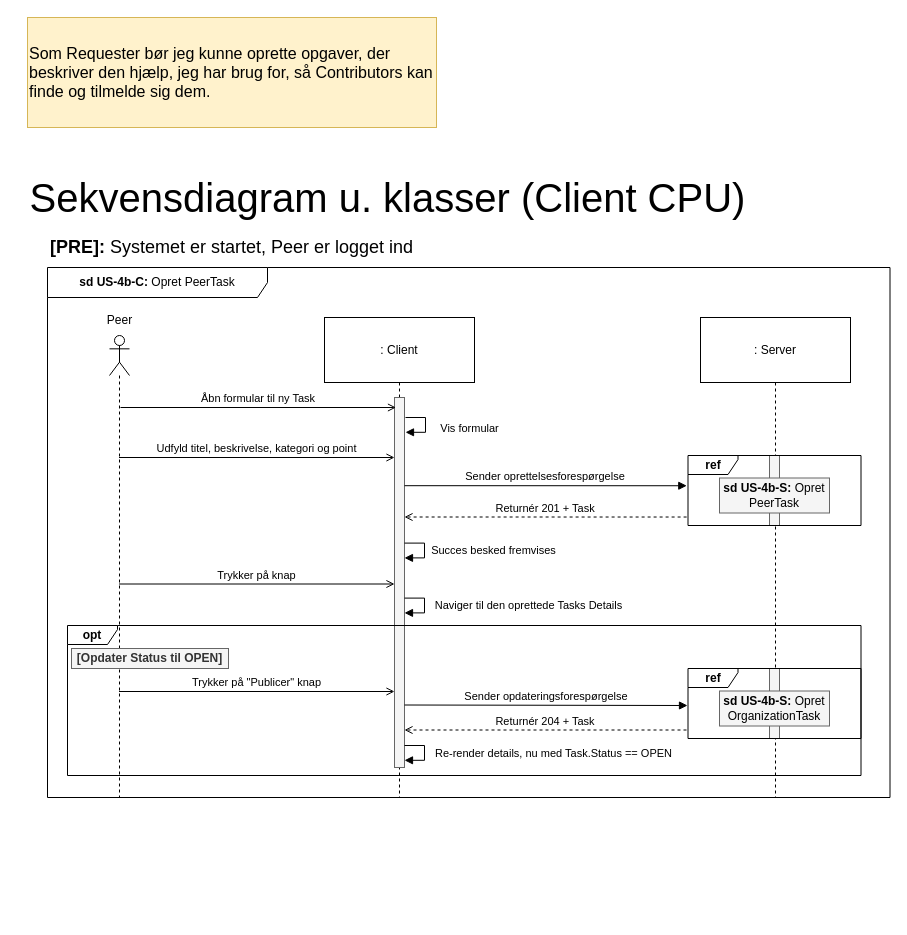
This is page "1 - Sekvens uden klasser" (1 of 4) of drawio/Applikationsmodeller/US4b/FE/US4b_FE_Applikationsmodel.drawio from Echo-AU/artifacts, a draw.io file, before an edit. Source tidied: cells renumbered, new cells numbered last; positions are measured from the earlier drawing's top-left corner, leaving out a move shared by most shapes. Both pictures are drawn from the tidied source at 100%, with x=0, y=0 at pixel (17, 17).
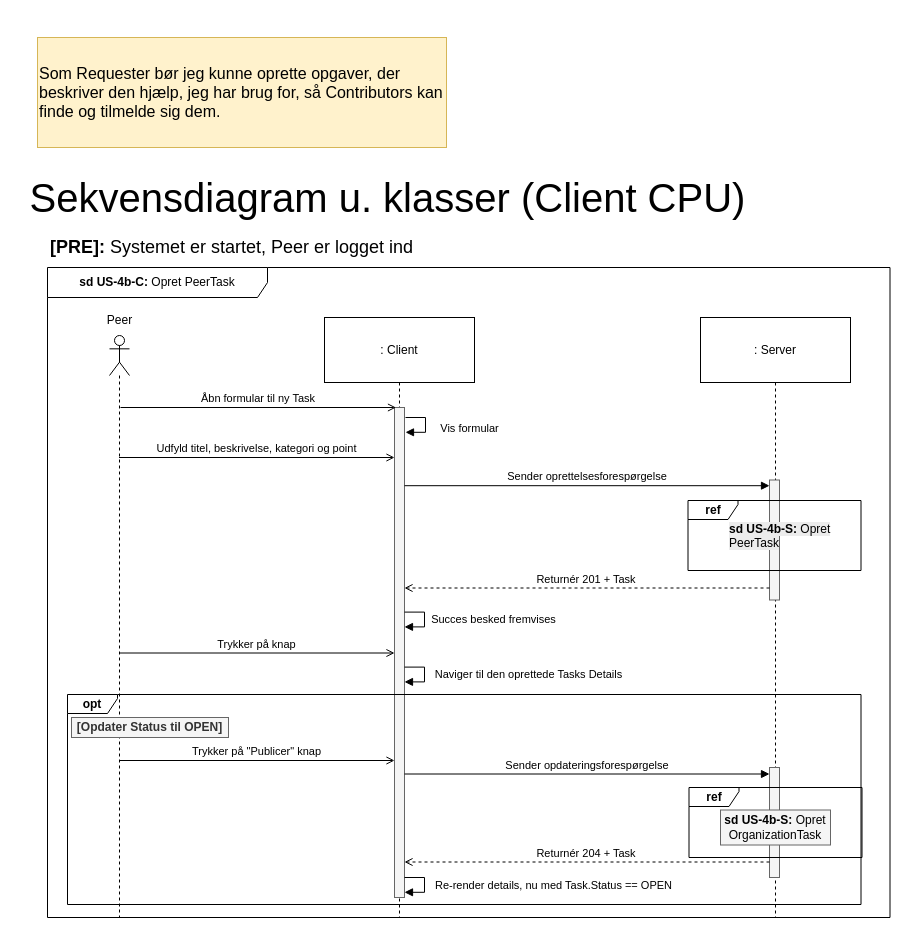
The same diagram, later.

The edit, as a diff of the source:
```diff
@@
     <mxCell id="2" value="&lt;div style=&quot;&quot;&gt;&lt;div&gt;&lt;font style=&quot;font-size: 16px;&quot;&gt;Som Requester bør jeg kunne oprette opgaver, der beskriver den hjælp, jeg&amp;nbsp;&lt;/font&gt;&lt;span style=&quot;font-size: 16px; background-color: transparent; color: light-dark(rgb(0, 0, 0), rgb(255, 255, 255));&quot;&gt;har brug for, så Contributors kan finde og tilmelde sig dem.&lt;/span&gt;&lt;/div&gt;&lt;/div&gt;" style="rounded=0;whiteSpace=wrap;html=1;fillColor=#fff2cc;strokeColor=#d6b656;align=left;" parent="1" vertex="1">
-      <mxGeometry x="10" width="409" height="110" as="geometry" />
+      <mxGeometry x="20" y="20" width="409" height="110" as="geometry" />
     </mxCell>
     <mxCell id="3" value="&lt;b&gt;sd US-4b-C: &lt;/b&gt;Opret PeerTask" style="shape=umlFrame;whiteSpace=wrap;html=1;width=220;height=30;" parent="1" vertex="1">
-      <mxGeometry x="30" y="250" width="842.5" height="530" as="geometry" />
+      <mxGeometry x="30" y="250" width="842.5" height="650" as="geometry" />
     </mxCell>
     <mxCell id="4" value=": Client" style="shape=umlLifeline;perimeter=lifelinePerimeter;whiteSpace=wrap;newEdgeStyle={&quot;edgeStyle&quot;:&quot;elbowEdgeStyle&quot;,&quot;elbow&quot;:&quot;vertical&quot;,&quot;curved&quot;:0,&quot;rounded&quot;:0};size=65;" parent="1" vertex="1">
-      <mxGeometry x="307" y="300" width="150" height="480" as="geometry" />
+      <mxGeometry x="307" y="300" width="150" height="600" as="geometry" />
     </mxCell>
-    <mxCell id="5" style="perimeter=orthogonalPerimeter;targetShapes=umlLifeline;newEdgeStyle={&quot;edgeStyle&quot;:&quot;elbowEdgeStyle&quot;,&quot;elbow&quot;:&quot;vertical&quot;,&quot;curved&quot;:0,&quot;rounded&quot;:0};fillColor=#f5f5f5;fontColor=#333333;strokeColor=#666666;" parent="4" vertex="1">
-      <mxGeometry x="70" y="80" width="10" height="370" as="geometry" />
-    </mxCell>
+    <mxCell id="35" style="perimeter=orthogonalPerimeter;targetShapes=umlLifeline;newEdgeStyle={&quot;edgeStyle&quot;:&quot;elbowEdgeStyle&quot;,&quot;elbow&quot;:&quot;vertical&quot;,&quot;curved&quot;:0,&quot;rounded&quot;:0};fillColor=#f5f5f5;fontColor=#333333;strokeColor=#666666;" parent="4" vertex="1">
+      <mxGeometry x="70" y="90" width="10" height="490" as="geometry" />
+    </mxCell>
     <mxCell id="6" value=": Server" style="shape=umlLifeline;perimeter=lifelinePerimeter;whiteSpace=wrap;newEdgeStyle={&quot;edgeStyle&quot;:&quot;elbowEdgeStyle&quot;,&quot;elbow&quot;:&quot;vertical&quot;,&quot;curved&quot;:0,&quot;rounded&quot;:0};size=65;" parent="1" vertex="1">
-      <mxGeometry x="683" y="300" width="150" height="480" as="geometry" />
+      <mxGeometry x="683" y="300" width="150" height="600" as="geometry" />
     </mxCell>
-    <mxCell id="7" style="perimeter=orthogonalPerimeter;targetShapes=umlLifeline;newEdgeStyle={&quot;edgeStyle&quot;:&quot;elbowEdgeStyle&quot;,&quot;elbow&quot;:&quot;vertical&quot;,&quot;curved&quot;:0,&quot;rounded&quot;:0};fillColor=#f5f5f5;fontColor=#333333;strokeColor=#666666;" parent="6" vertex="1">
-      <mxGeometry x="69" y="138" width="10" height="70" as="geometry" />
-    </mxCell>
+    <mxCell id="36" style="points=[];perimeter=orthogonalPerimeter;outlineConnect=0;targetShapes=umlLifeline;portConstraint=eastwest;newEdgeStyle={&quot;edgeStyle&quot;:&quot;elbowEdgeStyle&quot;,&quot;elbow&quot;:&quot;vertical&quot;,&quot;curved&quot;:0,&quot;rounded&quot;:0};fillColor=#f5f5f5;fontColor=#333333;strokeColor=#666666;" parent="6" vertex="1">
+      <mxGeometry x="69" y="162.5" width="10" height="120" as="geometry" />
+    </mxCell>
@@
-    <mxCell id="10" style="shape=umlLifeline;perimeter=lifelinePerimeter;whiteSpace=wrap;html=1;newEdgeStyle={&quot;curved&quot;:0,&quot;rounded&quot;:0};participant=umlActor;" parent="1" vertex="1">
-      <mxGeometry x="92" y="318" width="20" height="462" as="geometry" />
-    </mxCell>
+    <mxCell id="37" style="shape=umlLifeline;perimeter=lifelinePerimeter;whiteSpace=wrap;html=1;newEdgeStyle={&quot;curved&quot;:0,&quot;rounded&quot;:0};participant=umlActor;" parent="1" vertex="1">
+      <mxGeometry x="92" y="318" width="20" height="582" as="geometry" />
+    </mxCell>
@@
-    <mxCell id="12" value="Sender oprettelsesforespørgelse" style="verticalAlign=bottom;elbow=vertical;curved=0;rounded=0;endArrow=block;endSize=6;endFill=1;entryX=-0.007;entryY=0.432;entryDx=0;entryDy=0;entryPerimeter=0;" parent="1" edge="1" target="13">
+    <mxCell id="12" value="Sender oprettelsesforespørgelse" style="verticalAlign=bottom;elbow=vertical;curved=0;rounded=0;endArrow=block;endSize=6;endFill=1;" parent="1" edge="1" target="36">
       <mxGeometry relative="1" as="geometry">
         <mxPoint x="387" y="468.2" as="sourcePoint" />
       </mxGeometry>
     </mxCell>
-    <mxCell id="13" value="&lt;b&gt;ref&lt;/b&gt;" style="shape=umlFrame;whiteSpace=wrap;html=1;width=50;height=19;" parent="1" vertex="1">
-      <mxGeometry x="670.5" y="438" width="173" height="70" as="geometry" />
-    </mxCell>
-    <mxCell id="14" value="&lt;b style=&quot;color: rgb(0, 0, 0);&quot;&gt;sd US-4b-S: &lt;/b&gt;&lt;span style=&quot;color: rgb(0, 0, 0);&quot;&gt;Opret PeerTask&lt;/span&gt;" style="text;html=1;whiteSpace=wrap;align=center;verticalAlign=middle;rounded=0;fillColor=#f5f5f5;fontColor=#333333;strokeColor=#666666;" parent="1" vertex="1">
-      <mxGeometry x="702" y="460.5" width="110" height="35" as="geometry" />
-    </mxCell>
+    <mxCell id="38" value="&lt;b&gt;ref&lt;/b&gt;" style="shape=umlFrame;whiteSpace=wrap;html=1;width=50;height=19;" parent="1" vertex="1">
+      <mxGeometry x="670.5" y="483" width="173" height="70" as="geometry" />
+    </mxCell>
-    <mxCell id="15" value="Returnér 201 + Task" style="verticalAlign=bottom;elbow=vertical;rounded=0;endArrow=open;endFill=0;dashed=1;exitX=-0.008;exitY=0.879;exitDx=0;exitDy=0;exitPerimeter=0;" parent="1" edge="1" source="13">
+    <mxCell id="15" value="Returnér 201 + Task" style="verticalAlign=bottom;elbow=vertical;rounded=0;endArrow=open;endFill=0;dashed=1;" parent="1" edge="1">
       <mxGeometry relative="1" as="geometry">
-        <mxPoint x="387" y="499.5" as="targetPoint" />
+        <mxPoint x="752" y="570.5" as="sourcePoint" />
+        <mxPoint x="387" y="570.5" as="targetPoint" />
       </mxGeometry>
     </mxCell>
-    <mxCell id="16" style="verticalAlign=bottom;edgeStyle=orthogonalEdgeStyle;elbow=vertical;rounded=0;endArrow=block;endFill=1;" parent="1" edge="1">
-      <mxGeometry relative="1" as="geometry">
-        <mxPoint x="387" y="525.6" as="sourcePoint" />
-        <mxPoint x="387" y="540.4" as="targetPoint" />
-        <Array as="points">
-          <mxPoint x="407" y="525.4" />
-          <mxPoint x="407" y="540.4" />
-        </Array>
-      </mxGeometry>
-    </mxCell>
+    <mxCell id="39" style="verticalAlign=bottom;edgeStyle=orthogonalEdgeStyle;elbow=vertical;rounded=0;endArrow=block;endFill=1;" parent="1" edge="1">
+      <mxGeometry relative="1" as="geometry">
+        <mxPoint x="387" y="594.6" as="sourcePoint" />
+        <mxPoint x="387" y="609.4" as="targetPoint" />
+        <Array as="points">
+          <mxPoint x="407" y="594.4" />
+          <mxPoint x="407" y="609.4" />
+        </Array>
+      </mxGeometry>
+    </mxCell>
-    <mxCell id="17" value="&lt;span style=&quot;background-color: rgb(255, 255, 255);&quot;&gt;Succes besked fremvises&lt;/span&gt;" style="edgeLabel;html=1;align=center;verticalAlign=middle;labelBackgroundColor=none;" parent="16" vertex="1">
+    <mxCell id="17" value="&lt;span style=&quot;background-color: rgb(255, 255, 255);&quot;&gt;Succes besked fremvises&lt;/span&gt;" style="edgeLabel;html=1;align=center;verticalAlign=middle;labelBackgroundColor=none;" parent="39" vertex="1">
       <mxGeometry x="-0.07" relative="1" as="geometry">
         <mxPoint x="68" y="2" as="offset" />
       </mxGeometry>
     </mxCell>
     <mxCell id="18" value="Trykker på knap" style="verticalAlign=bottom;elbow=vertical;curved=0;rounded=0;endArrow=open;endSize=6;endFill=0;" parent="1" edge="1">
       <mxGeometry relative="1" as="geometry">
-        <mxPoint x="101.5" y="566.5" as="sourcePoint" />
-        <mxPoint x="377" y="566.5" as="targetPoint" />
+        <mxPoint x="101.5" y="635.5" as="sourcePoint" />
+        <mxPoint x="377" y="635.5" as="targetPoint" />
       </mxGeometry>
     </mxCell>
-    <mxCell id="19" style="verticalAlign=bottom;edgeStyle=orthogonalEdgeStyle;elbow=vertical;rounded=0;endArrow=block;endFill=1;" parent="1" edge="1">
-      <mxGeometry relative="1" as="geometry">
-        <mxPoint x="387" y="580.6" as="sourcePoint" />
-        <mxPoint x="387" y="595.4" as="targetPoint" />
-        <Array as="points">
-          <mxPoint x="407" y="580.4" />
-          <mxPoint x="407" y="595.4" />
-        </Array>
-      </mxGeometry>
-    </mxCell>
+    <mxCell id="40" style="verticalAlign=bottom;edgeStyle=orthogonalEdgeStyle;elbow=vertical;rounded=0;endArrow=block;endFill=1;" parent="1" edge="1">
+      <mxGeometry relative="1" as="geometry">
+        <mxPoint x="387" y="649.6" as="sourcePoint" />
+        <mxPoint x="387" y="664.4" as="targetPoint" />
+        <Array as="points">
+          <mxPoint x="407" y="649.4" />
+          <mxPoint x="407" y="664.4" />
+        </Array>
+      </mxGeometry>
+    </mxCell>
-    <mxCell id="20" value="&lt;span style=&quot;background-color: rgb(255, 255, 255);&quot;&gt;Naviger til den oprettede Tasks Details&lt;/span&gt;" style="edgeLabel;html=1;align=center;verticalAlign=middle;labelBackgroundColor=none;" parent="19" vertex="1">
+    <mxCell id="20" value="&lt;span style=&quot;background-color: rgb(255, 255, 255);&quot;&gt;Naviger til den oprettede Tasks Details&lt;/span&gt;" style="edgeLabel;html=1;align=center;verticalAlign=middle;labelBackgroundColor=none;" parent="40" vertex="1">
       <mxGeometry x="-0.07" relative="1" as="geometry">
         <mxPoint x="103" y="2" as="offset" />
       </mxGeometry>
     </mxCell>
     <mxCell id="21" value="&lt;b&gt;opt&lt;/b&gt;" style="shape=umlFrame;whiteSpace=wrap;html=1;width=50;height=19;" parent="1" vertex="1">
-      <mxGeometry x="50" y="608" width="793.5" height="150" as="geometry" />
+      <mxGeometry x="50" y="677" width="793.5" height="210" as="geometry" />
     </mxCell>
-    <mxCell id="22" style="perimeter=orthogonalPerimeter;targetShapes=umlLifeline;newEdgeStyle={&quot;edgeStyle&quot;:&quot;elbowEdgeStyle&quot;,&quot;elbow&quot;:&quot;vertical&quot;,&quot;curved&quot;:0,&quot;rounded&quot;:0};fillColor=#f5f5f5;fontColor=#333333;strokeColor=#666666;" parent="1" vertex="1">
-      <mxGeometry x="752" y="651" width="10" height="70" as="geometry" />
-    </mxCell>
-    <mxCell id="23" value="&lt;b&gt;ref&lt;/b&gt;" style="shape=umlFrame;whiteSpace=wrap;html=1;width=50;height=19;" parent="1" vertex="1">
-      <mxGeometry x="670.5" y="651" width="173" height="70" as="geometry" />
-    </mxCell>
+    <mxCell id="41" style="points=[];perimeter=orthogonalPerimeter;outlineConnect=0;targetShapes=umlLifeline;portConstraint=eastwest;newEdgeStyle={&quot;edgeStyle&quot;:&quot;elbowEdgeStyle&quot;,&quot;elbow&quot;:&quot;vertical&quot;,&quot;curved&quot;:0,&quot;rounded&quot;:0};fillColor=#f5f5f5;fontColor=#333333;strokeColor=#666666;" parent="1" vertex="1">
+      <mxGeometry x="752" y="750" width="10" height="110" as="geometry" />
+    </mxCell>
+    <mxCell id="42" value="&lt;b&gt;ref&lt;/b&gt;" style="shape=umlFrame;whiteSpace=wrap;html=1;width=50;height=19;" parent="1" vertex="1">
+      <mxGeometry x="671.5" y="770" width="173" height="70" as="geometry" />
+    </mxCell>
     <mxCell id="24" value="&lt;b style=&quot;color: rgb(0, 0, 0);&quot;&gt;sd US-4b-S: &lt;/b&gt;&lt;span style=&quot;color: rgb(0, 0, 0);&quot;&gt;Opret OrganizationTask&lt;/span&gt;" style="text;html=1;whiteSpace=wrap;align=center;verticalAlign=middle;rounded=0;fillColor=#f5f5f5;fontColor=#333333;strokeColor=#666666;" parent="1" vertex="1">
-      <mxGeometry x="702" y="673.5" width="110" height="35" as="geometry" />
+      <mxGeometry x="703" y="792.5" width="110" height="35" as="geometry" />
     </mxCell>
     <mxCell id="25" value="Trykker på &quot;Publicer&quot; knap" style="verticalAlign=bottom;elbow=vertical;curved=0;rounded=0;endArrow=open;endSize=6;endFill=0;" parent="1" edge="1">
       <mxGeometry relative="1" as="geometry">
-        <mxPoint x="101.5" y="674" as="sourcePoint" />
-        <mxPoint x="377" y="674" as="targetPoint" />
+        <mxPoint x="101.5" y="743" as="sourcePoint" />
+        <mxPoint x="377" y="743" as="targetPoint" />
       </mxGeometry>
     </mxCell>
     <mxCell id="26" value="&lt;b&gt;[&lt;span style=&quot;text-wrap-mode: nowrap;&quot;&gt;Opdater Status til OPEN&lt;/span&gt;&lt;/b&gt;&lt;b&gt;]&lt;/b&gt;" style="text;html=1;whiteSpace=wrap;align=center;verticalAlign=middle;rounded=0;fillColor=#f5f5f5;fontColor=#333333;strokeColor=#666666;" parent="1" vertex="1">
-      <mxGeometry x="54" y="631" width="157" height="20" as="geometry" />
+      <mxGeometry x="54" y="700" width="157" height="20" as="geometry" />
     </mxCell>
-    <mxCell id="27" value="Sender opdateringsforespørgelse" style="verticalAlign=bottom;elbow=vertical;curved=0;rounded=0;endArrow=block;endSize=6;endFill=1;" parent="1" edge="1">
+    <mxCell id="27" value="Sender opdateringsforespørgelse" style="verticalAlign=bottom;elbow=vertical;curved=0;rounded=0;endArrow=block;endSize=6;endFill=1;" parent="1" edge="1" target="41">
       <mxGeometry relative="1" as="geometry">
-        <mxPoint x="387" y="687.5" as="sourcePoint" />
-        <mxPoint x="670" y="688" as="targetPoint" />
+        <mxPoint x="387" y="756.5" as="sourcePoint" />
       </mxGeometry>
     </mxCell>
-    <mxCell id="28" value="Returnér 204 + Task" style="verticalAlign=bottom;elbow=vertical;rounded=0;endArrow=open;endFill=0;dashed=1;exitX=-0.008;exitY=0.879;exitDx=0;exitDy=0;exitPerimeter=0;" parent="1" edge="1">
+    <mxCell id="28" value="Returnér 204 + Task" style="verticalAlign=bottom;elbow=vertical;rounded=0;endArrow=open;endFill=0;dashed=1;" parent="1" edge="1" source="41">
       <mxGeometry relative="1" as="geometry">
-        <mxPoint x="669" y="712.5" as="sourcePoint" />
-        <mxPoint x="387" y="712.5" as="targetPoint" />
+        <mxPoint x="387" y="844.5" as="targetPoint" />
       </mxGeometry>
     </mxCell>
-    <mxCell id="29" style="verticalAlign=bottom;edgeStyle=orthogonalEdgeStyle;elbow=vertical;rounded=0;endArrow=block;endFill=1;" parent="1" edge="1">
-      <mxGeometry relative="1" as="geometry">
-        <mxPoint x="387" y="728" as="sourcePoint" />
-        <mxPoint x="387" y="742.8" as="targetPoint" />
-        <Array as="points">
-          <mxPoint x="407" y="727.8" />
-          <mxPoint x="407" y="742.8" />
-        </Array>
-      </mxGeometry>
-    </mxCell>
+    <mxCell id="43" style="verticalAlign=bottom;edgeStyle=orthogonalEdgeStyle;elbow=vertical;rounded=0;endArrow=block;endFill=1;" parent="1" edge="1">
+      <mxGeometry relative="1" as="geometry">
+        <mxPoint x="387" y="860" as="sourcePoint" />
+        <mxPoint x="387" y="874.8" as="targetPoint" />
+        <Array as="points">
+          <mxPoint x="407" y="859.8" />
+          <mxPoint x="407" y="874.8" />
+        </Array>
+      </mxGeometry>
+    </mxCell>
-    <mxCell id="30" value="&lt;span style=&quot;background-color: rgb(255, 255, 255);&quot;&gt;Re-render details, nu med Task.Status == OPEN&lt;/span&gt;" style="edgeLabel;html=1;align=center;verticalAlign=middle;labelBackgroundColor=none;" parent="29" vertex="1">
+    <mxCell id="30" value="&lt;span style=&quot;background-color: rgb(255, 255, 255);&quot;&gt;Re-render details, nu med Task.Status == OPEN&lt;/span&gt;" style="edgeLabel;html=1;align=center;verticalAlign=middle;labelBackgroundColor=none;" parent="43" vertex="1">
       <mxGeometry x="-0.07" relative="1" as="geometry">
         <mxPoint x="128" y="2" as="offset" />
       </mxGeometry>
     </mxCell>
@@
-    <mxCell id="32" style="verticalAlign=bottom;edgeStyle=orthogonalEdgeStyle;elbow=vertical;rounded=0;endArrow=block;endFill=1;" parent="1" edge="1">
-      <mxGeometry relative="1" as="geometry">
-        <mxPoint x="388" y="400" as="sourcePoint" />
-        <mxPoint x="388" y="414.8" as="targetPoint" />
-        <Array as="points">
-          <mxPoint x="408" y="399.8" />
-          <mxPoint x="408" y="414.8" />
-        </Array>
-      </mxGeometry>
-    </mxCell>
+    <mxCell id="44" style="verticalAlign=bottom;edgeStyle=orthogonalEdgeStyle;elbow=vertical;rounded=0;endArrow=block;endFill=1;" parent="1" edge="1">
+      <mxGeometry relative="1" as="geometry">
+        <mxPoint x="388" y="400" as="sourcePoint" />
+        <mxPoint x="388" y="414.8" as="targetPoint" />
+        <Array as="points">
+          <mxPoint x="408" y="399.8" />
+          <mxPoint x="408" y="414.8" />
+        </Array>
+      </mxGeometry>
+    </mxCell>
-    <mxCell id="33" value="&lt;span style=&quot;background-color: rgb(255, 255, 255);&quot;&gt;Vis formular&lt;/span&gt;" style="edgeLabel;html=1;align=center;verticalAlign=middle;labelBackgroundColor=none;" parent="32" vertex="1">
+    <mxCell id="33" value="&lt;span style=&quot;background-color: rgb(255, 255, 255);&quot;&gt;Vis formular&lt;/span&gt;" style="edgeLabel;html=1;align=center;verticalAlign=middle;labelBackgroundColor=none;" parent="44" vertex="1">
       <mxGeometry x="-0.07" relative="1" as="geometry">
         <mxPoint x="43" y="5" as="offset" />
       </mxGeometry>
     </mxCell>
@@
+    <mxCell id="14" value="&lt;b style=&quot;forced-color-adjust: none; font-family: Helvetica; font-size: 12px; font-style: normal; font-variant-ligatures: normal; font-variant-caps: normal; letter-spacing: normal; orphans: 2; text-align: center; text-indent: 0px; text-transform: none; widows: 2; word-spacing: 0px; -webkit-text-stroke-width: 0px; white-space: normal; background-color: rgb(236, 236, 236); text-decoration-thickness: initial; text-decoration-style: initial; text-decoration-color: initial; color: light-dark(rgb(0, 0, 0), rgb(237, 237, 237));&quot;&gt;sd US-4b-S: &lt;/b&gt;&lt;span style=&quot;forced-color-adjust: none; font-family: Helvetica; font-size: 12px; font-style: normal; font-variant-ligatures: normal; font-variant-caps: normal; font-weight: 400; letter-spacing: normal; orphans: 2; text-align: center; text-indent: 0px; text-transform: none; widows: 2; word-spacing: 0px; -webkit-text-stroke-width: 0px; white-space: normal; background-color: rgb(236, 236, 236); text-decoration-thickness: initial; text-decoration-style: initial; text-decoration-color: initial; color: light-dark(rgb(0, 0, 0), rgb(237, 237, 237));&quot;&gt;Opret PeerTask&lt;/span&gt;" style="text;whiteSpace=wrap;html=1;" parent="1" vertex="1">
+      <mxGeometry x="710" y="498" width="110" height="40" as="geometry" />
+    </mxCell>
```
